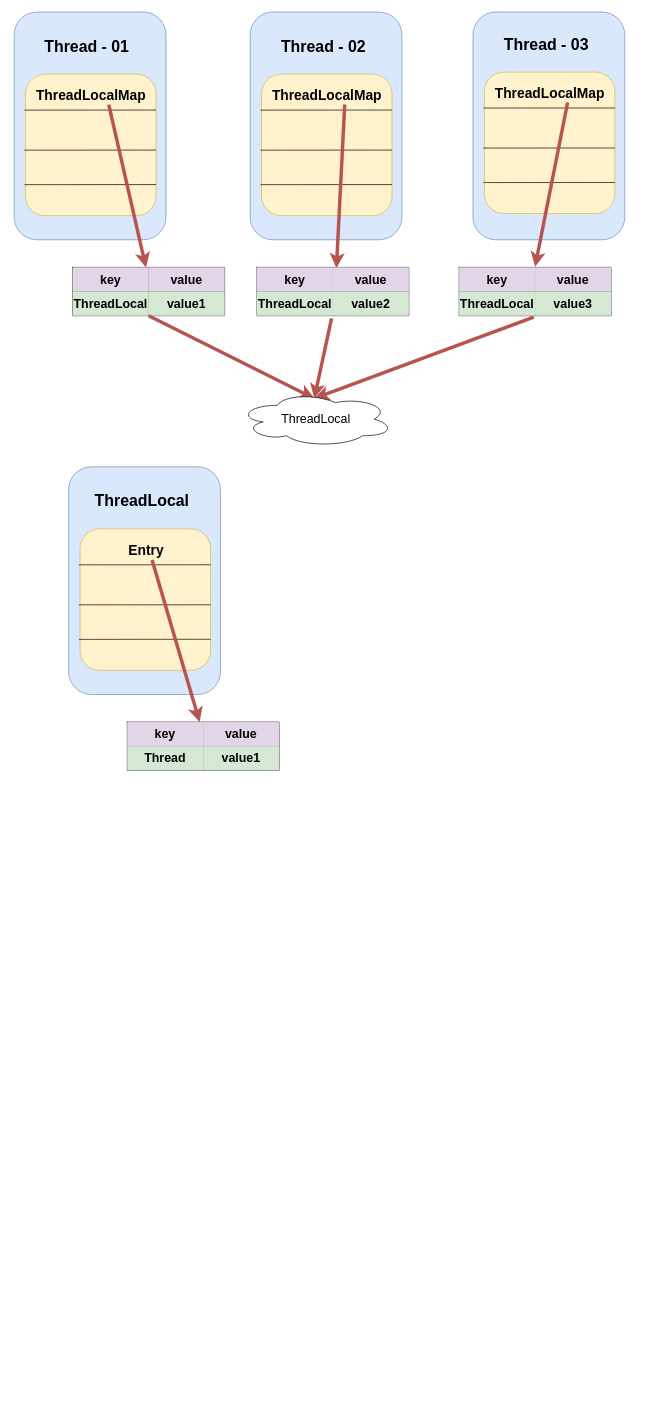
Earlier version of the draw.io diagram ThreadLocal.drawio (C-wx/MindManager). Source tidied: cells renumbered, new cells numbered last; positions are measured from the earlier drawing's top-left corner, leaving out a move shared by most shapes. Both pictures are drawn from the tidied source at 69%, with x=0, y=0 at pixel (14, 12).
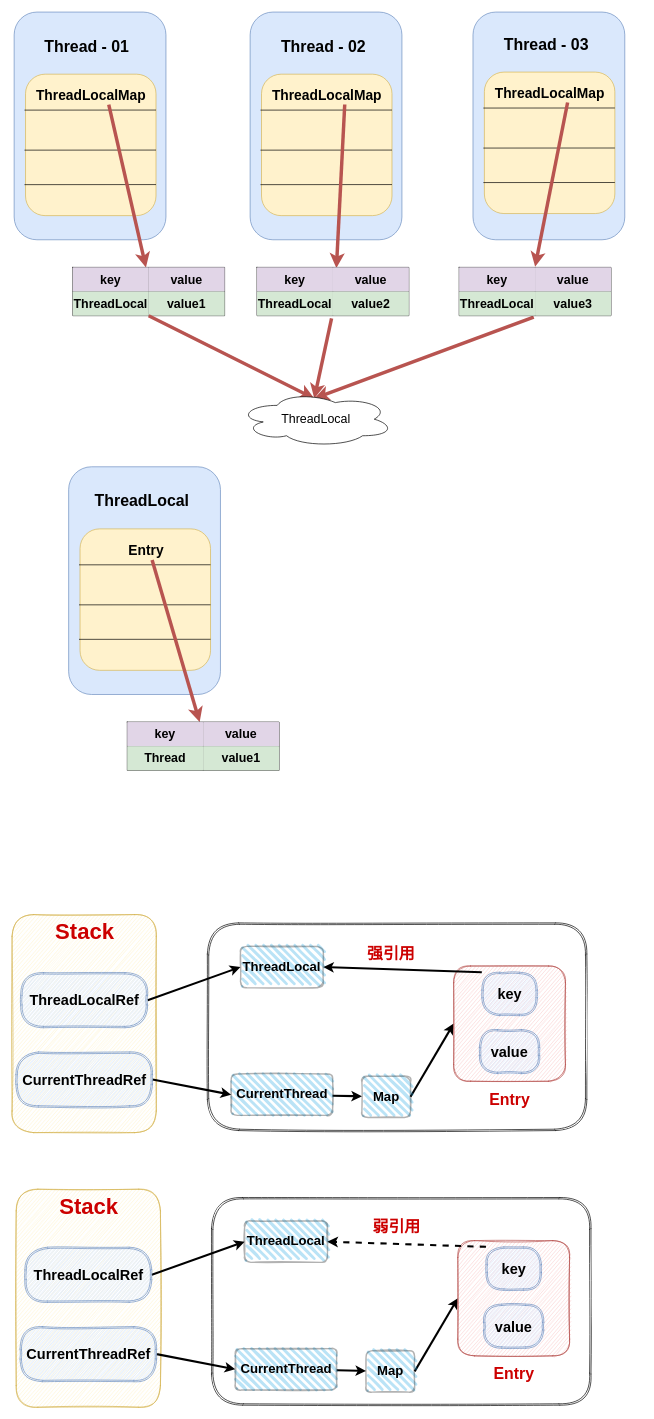
The same page after the edit.

The edit, as a diff of the source:
```diff
@@
+    <mxCell id="74" style="shape=ext;double=1;rounded=1;whiteSpace=wrap;html=1;shadow=0;glass=0;sketch=1;disableMultiStroke=1;disableMultiStrokeFill=0;gradientColor=none;fontColor=#CC0000;" parent="1" vertex="1">
+      <mxGeometry x="280" y="1320" width="550" height="301" as="geometry" />
+    </mxCell>
@@
+    <mxCell id="75" style="rounded=1;whiteSpace=wrap;html=1;fillColor=#fff2cc;strokeColor=#d6b656;glass=0;labelBorderColor=none;sketch=1;fixDash=0;disableMultiStroke=0;noLabel=0;absoluteArcSize=0;shadow=0;imageAspect=1;" parent="1" vertex="1">
+      <mxGeometry x="-3" y="1308" width="209" height="316" as="geometry" />
+    </mxCell>
+    <mxCell id="76" value="&lt;font style=&quot;font-size: 19px&quot;&gt;&lt;b&gt;ThreadLocal&lt;/b&gt;&lt;/font&gt;" style="rounded=1;whiteSpace=wrap;html=1;strokeWidth=2;fillWeight=4;hachureGap=8;hachureAngle=45;fillColor=#1ba1e2;sketch=1;shadow=0;glass=0;disableMultiStroke=0;opacity=30;" parent="1" vertex="1">
+      <mxGeometry x="328" y="1354" width="120" height="60" as="geometry" />
+    </mxCell>
+    <mxCell id="77" style="rounded=0;jettySize=auto;html=1;exitX=1;exitY=0.5;exitDx=0;exitDy=0;entryX=0;entryY=0.5;entryDx=0;entryDy=0;fontColor=#CC0000;fontSize=14;strokeWidth=3;" parent="1" edge="1" source="78" target="76">
+      <mxGeometry relative="1" as="geometry" />
+    </mxCell>
+    <mxCell id="78" value="&lt;b style=&quot;font-size: 21px&quot;&gt;ThreadLocalRef&lt;/b&gt;" style="shape=ext;double=1;rounded=1;whiteSpace=wrap;html=1;shadow=0;glass=0;sketch=1;disableMultiStroke=1;disableMultiStrokeFill=0;movableLabel=0;arcSize=41;portConstraintRotation=0;fixDash=0;fillColor=#dae8fc;strokeColor=#6c8ebf;" parent="1" vertex="1">
+      <mxGeometry x="9.5" y="1392" width="184" height="80" as="geometry" />
+    </mxCell>
+    <mxCell id="79" style="edgeStyle=none;rounded=0;jettySize=auto;html=1;exitX=1;exitY=0.5;exitDx=0;exitDy=0;entryX=0;entryY=0.5;entryDx=0;entryDy=0;fontColor=#CC0000;fontSize=14;strokeWidth=3;" parent="1" edge="1" source="80" target="83">
+      <mxGeometry relative="1" as="geometry" />
+    </mxCell>
+    <mxCell id="80" value="&lt;b style=&quot;font-size: 21px&quot;&gt;CurrentThreadRef&lt;/b&gt;" style="shape=ext;double=1;rounded=1;whiteSpace=wrap;html=1;shadow=0;glass=0;sketch=1;disableMultiStroke=1;disableMultiStrokeFill=0;movableLabel=0;arcSize=41;portConstraintRotation=0;fixDash=0;fillColor=#dae8fc;strokeColor=#6c8ebf;" parent="1" vertex="1">
+      <mxGeometry x="2.5" y="1507" width="198" height="80" as="geometry" />
+    </mxCell>
+    <mxCell id="81" value="&lt;font class=&quot;cs_cursor&quot; size=&quot;1&quot;&gt;&lt;b style=&quot;font-size: 32px&quot;&gt;Stack&lt;/b&gt;&lt;/font&gt;" style="text;html=1;align=center;verticalAlign=middle;fontColor=#CC0000;" parent="1" vertex="1">
+      <mxGeometry x="54" y="1320" width="95" height="25" as="geometry" />
+    </mxCell>
+    <mxCell id="82" style="edgeStyle=none;rounded=0;jettySize=auto;html=1;fontColor=#CC0000;fontSize=14;strokeWidth=3;" parent="1" edge="1" source="83" target="85">
+      <mxGeometry relative="1" as="geometry" />
+    </mxCell>
+    <mxCell id="83" value="&lt;font style=&quot;font-size: 19px&quot;&gt;&lt;b&gt;CurrentThread&lt;/b&gt;&lt;/font&gt;" style="rounded=1;whiteSpace=wrap;html=1;strokeWidth=2;fillWeight=4;hachureGap=8;hachureAngle=45;fillColor=#1ba1e2;sketch=1;shadow=0;glass=0;disableMultiStroke=0;opacity=30;" parent="1" vertex="1">
+      <mxGeometry x="314.5" y="1539" width="147" height="60" as="geometry" />
+    </mxCell>
+    <mxCell id="84" style="edgeStyle=none;rounded=0;jettySize=auto;html=1;exitX=1;exitY=0.5;exitDx=0;exitDy=0;entryX=0;entryY=0.5;entryDx=0;entryDy=0;fontColor=#CC0000;fontSize=14;strokeWidth=3;" parent="1" edge="1" source="85" target="86">
+      <mxGeometry relative="1" as="geometry" />
+    </mxCell>
+    <mxCell id="85" value="&lt;font style=&quot;font-size: 19px&quot;&gt;&lt;b class=&quot;cs_cursor&quot;&gt;Map&lt;/b&gt;&lt;/font&gt;" style="rounded=1;whiteSpace=wrap;html=1;strokeWidth=2;fillWeight=4;hachureGap=8;hachureAngle=45;fillColor=#1ba1e2;sketch=1;shadow=0;glass=0;disableMultiStroke=0;opacity=30;" parent="1" vertex="1">
+      <mxGeometry x="504" y="1542" width="70.5" height="60" as="geometry" />
+    </mxCell>
+    <mxCell id="86" style="rounded=1;whiteSpace=wrap;html=1;fillColor=#f8cecc;strokeColor=#b85450;glass=0;labelBorderColor=none;sketch=1;snapToPoint=0;fixDash=0;disableMultiStroke=0;noLabel=0;absoluteArcSize=0;shadow=0;imageAspect=1;" parent="1" vertex="1">
+      <mxGeometry x="637" y="1382.5" width="162" height="167" as="geometry" />
+    </mxCell>
+    <mxCell id="87" style="edgeStyle=none;rounded=0;jettySize=auto;html=1;exitX=0;exitY=0;exitDx=0;exitDy=0;entryX=1;entryY=0.5;entryDx=0;entryDy=0;fontColor=#CC0000;fontSize=14;strokeWidth=3;" parent="1" edge="1" source="88" target="76">
+      <mxGeometry relative="1" as="geometry" />
+    </mxCell>
+    <mxCell id="88" value="&lt;b style=&quot;font-size: 21px&quot;&gt;key&lt;/b&gt;" style="shape=ext;double=1;rounded=1;whiteSpace=wrap;html=1;shadow=0;glass=0;sketch=1;disableMultiStroke=1;disableMultiStrokeFill=0;movableLabel=0;arcSize=41;portConstraintRotation=0;fixDash=0;fillColor=#dae8fc;strokeColor=#6c8ebf;" parent="1" vertex="1">
+      <mxGeometry x="677.8" y="1391.5" width="80.5" height="63" as="geometry" />
+    </mxCell>
+    <mxCell id="89" value="&lt;b style=&quot;font-size: 21px&quot;&gt;value&lt;/b&gt;" style="shape=ext;double=1;rounded=1;whiteSpace=wrap;html=1;shadow=0;glass=0;sketch=1;disableMultiStroke=1;disableMultiStrokeFill=0;movableLabel=0;arcSize=41;fixDash=0;fillColor=#dae8fc;strokeColor=#6c8ebf;" parent="1" vertex="1">
+      <mxGeometry x="674.2" y="1474.5" width="87.5" height="64" as="geometry" />
+    </mxCell>
+    <mxCell id="90" value="&lt;font size=&quot;1&quot;&gt;&lt;b style=&quot;font-size: 23px&quot;&gt;Entry&lt;/b&gt;&lt;/font&gt;" style="text;html=1;align=center;verticalAlign=middle;fontColor=#CC0000;" parent="1" vertex="1">
+      <mxGeometry x="683.5" y="1565" width="69" height="22" as="geometry" />
+    </mxCell>
+    <mxCell id="91" style="edgeStyle=none;rounded=0;orthogonalLoop=1;jettySize=auto;html=1;exitX=1;exitY=0.5;exitDx=0;exitDy=0;strokeWidth=3;fontSize=14;fontColor=#CC0000;" parent="1" edge="1" source="74" target="74">
+      <mxGeometry relative="1" as="geometry" />
+    </mxCell>
+    <mxCell id="92" style="shape=ext;double=1;rounded=1;whiteSpace=wrap;html=1;shadow=0;glass=0;sketch=1;disableMultiStroke=1;disableMultiStrokeFill=0;gradientColor=none;fontColor=#CC0000;" parent="1" vertex="1">
+      <mxGeometry x="286" y="1718" width="550" height="301" as="geometry" />
+    </mxCell>
+    <mxCell id="93" style="rounded=1;whiteSpace=wrap;html=1;fillColor=#fff2cc;strokeColor=#d6b656;glass=0;labelBorderColor=none;sketch=1;fixDash=0;disableMultiStroke=0;noLabel=0;absoluteArcSize=0;shadow=0;imageAspect=1;" parent="1" vertex="1">
+      <mxGeometry x="3" y="1706" width="209" height="316" as="geometry" />
+    </mxCell>
+    <mxCell id="94" value="&lt;font style=&quot;font-size: 19px&quot;&gt;&lt;b&gt;ThreadLocal&lt;/b&gt;&lt;/font&gt;" style="rounded=1;whiteSpace=wrap;html=1;strokeWidth=2;fillWeight=4;hachureGap=8;hachureAngle=45;fillColor=#1ba1e2;sketch=1;shadow=0;glass=0;disableMultiStroke=0;opacity=30;" parent="1" vertex="1">
+      <mxGeometry x="334" y="1752" width="120" height="60" as="geometry" />
+    </mxCell>
+    <mxCell id="95" style="rounded=0;jettySize=auto;html=1;exitX=1;exitY=0.5;exitDx=0;exitDy=0;entryX=0;entryY=0.5;entryDx=0;entryDy=0;fontColor=#CC0000;fontSize=14;strokeWidth=3;" parent="1" edge="1" source="96" target="94">
+      <mxGeometry relative="1" as="geometry" />
+    </mxCell>
+    <mxCell id="96" value="&lt;b style=&quot;font-size: 21px&quot;&gt;ThreadLocalRef&lt;/b&gt;" style="shape=ext;double=1;rounded=1;whiteSpace=wrap;html=1;shadow=0;glass=0;sketch=1;disableMultiStroke=1;disableMultiStrokeFill=0;movableLabel=0;arcSize=41;portConstraintRotation=0;fixDash=0;fillColor=#dae8fc;strokeColor=#6c8ebf;" parent="1" vertex="1">
+      <mxGeometry x="15.5" y="1790" width="184" height="80" as="geometry" />
+    </mxCell>
+    <mxCell id="97" style="edgeStyle=none;rounded=0;jettySize=auto;html=1;exitX=1;exitY=0.5;exitDx=0;exitDy=0;entryX=0;entryY=0.5;entryDx=0;entryDy=0;fontColor=#CC0000;fontSize=14;strokeWidth=3;" parent="1" edge="1" source="98" target="101">
+      <mxGeometry relative="1" as="geometry" />
+    </mxCell>
+    <mxCell id="98" value="&lt;b style=&quot;font-size: 21px&quot;&gt;CurrentThreadRef&lt;/b&gt;" style="shape=ext;double=1;rounded=1;whiteSpace=wrap;html=1;shadow=0;glass=0;sketch=1;disableMultiStroke=1;disableMultiStrokeFill=0;movableLabel=0;arcSize=41;portConstraintRotation=0;fixDash=0;fillColor=#dae8fc;strokeColor=#6c8ebf;" parent="1" vertex="1">
+      <mxGeometry x="8.5" y="1905" width="198" height="80" as="geometry" />
+    </mxCell>
+    <mxCell id="99" value="&lt;font class=&quot;cs_cursor&quot; size=&quot;1&quot;&gt;&lt;b style=&quot;font-size: 32px&quot;&gt;Stack&lt;/b&gt;&lt;/font&gt;" style="text;html=1;align=center;verticalAlign=middle;fontColor=#CC0000;" parent="1" vertex="1">
+      <mxGeometry x="60" y="1718" width="95" height="25" as="geometry" />
+    </mxCell>
+    <mxCell id="100" style="edgeStyle=none;rounded=0;jettySize=auto;html=1;fontColor=#CC0000;fontSize=14;strokeWidth=3;" parent="1" edge="1" source="101" target="103">
+      <mxGeometry relative="1" as="geometry" />
+    </mxCell>
+    <mxCell id="101" value="&lt;font style=&quot;font-size: 19px&quot;&gt;&lt;b&gt;CurrentThread&lt;/b&gt;&lt;/font&gt;" style="rounded=1;whiteSpace=wrap;html=1;strokeWidth=2;fillWeight=4;hachureGap=8;hachureAngle=45;fillColor=#1ba1e2;sketch=1;shadow=0;glass=0;disableMultiStroke=0;opacity=30;" parent="1" vertex="1">
+      <mxGeometry x="320.5" y="1937" width="147" height="60" as="geometry" />
+    </mxCell>
+    <mxCell id="102" style="edgeStyle=none;rounded=0;jettySize=auto;html=1;exitX=1;exitY=0.5;exitDx=0;exitDy=0;entryX=0;entryY=0.5;entryDx=0;entryDy=0;fontColor=#CC0000;fontSize=14;strokeWidth=3;" parent="1" edge="1" source="103" target="104">
+      <mxGeometry relative="1" as="geometry" />
+    </mxCell>
+    <mxCell id="103" value="&lt;font style=&quot;font-size: 19px&quot;&gt;&lt;b class=&quot;cs_cursor&quot;&gt;Map&lt;/b&gt;&lt;/font&gt;" style="rounded=1;whiteSpace=wrap;html=1;strokeWidth=2;fillWeight=4;hachureGap=8;hachureAngle=45;fillColor=#1ba1e2;sketch=1;shadow=0;glass=0;disableMultiStroke=0;opacity=30;" parent="1" vertex="1">
+      <mxGeometry x="510" y="1940" width="70.5" height="60" as="geometry" />
+    </mxCell>
+    <mxCell id="104" style="rounded=1;whiteSpace=wrap;html=1;fillColor=#f8cecc;strokeColor=#b85450;glass=0;labelBorderColor=none;sketch=1;snapToPoint=0;fixDash=0;disableMultiStroke=0;noLabel=0;absoluteArcSize=0;shadow=0;imageAspect=1;" parent="1" vertex="1">
+      <mxGeometry x="643" y="1780.5" width="162" height="167" as="geometry" />
+    </mxCell>
+    <mxCell id="105" style="edgeStyle=none;rounded=0;jettySize=auto;html=1;exitX=0;exitY=0;exitDx=0;exitDy=0;entryX=1;entryY=0.5;entryDx=0;entryDy=0;fontColor=#CC0000;fontSize=14;strokeWidth=3;jumpStyle=none;dashed=1;" parent="1" edge="1" source="106" target="94">
+      <mxGeometry relative="1" as="geometry" />
+    </mxCell>
+    <mxCell id="106" value="&lt;b style=&quot;font-size: 21px&quot;&gt;key&lt;/b&gt;" style="shape=ext;double=1;rounded=1;whiteSpace=wrap;html=1;shadow=0;glass=0;sketch=1;disableMultiStroke=1;disableMultiStrokeFill=0;movableLabel=0;arcSize=41;portConstraintRotation=0;fixDash=0;fillColor=#dae8fc;strokeColor=#6c8ebf;" parent="1" vertex="1">
+      <mxGeometry x="683.8" y="1789.5" width="80.5" height="63" as="geometry" />
+    </mxCell>
+    <mxCell id="107" value="&lt;b style=&quot;font-size: 21px&quot;&gt;value&lt;/b&gt;" style="shape=ext;double=1;rounded=1;whiteSpace=wrap;html=1;shadow=0;glass=0;sketch=1;disableMultiStroke=1;disableMultiStrokeFill=0;movableLabel=0;arcSize=41;fixDash=0;fillColor=#dae8fc;strokeColor=#6c8ebf;" parent="1" vertex="1">
+      <mxGeometry x="680.2" y="1872.5" width="87.5" height="64" as="geometry" />
+    </mxCell>
+    <mxCell id="108" value="&lt;font size=&quot;1&quot;&gt;&lt;b style=&quot;font-size: 23px&quot;&gt;Entry&lt;/b&gt;&lt;/font&gt;" style="text;html=1;align=center;verticalAlign=middle;fontColor=#CC0000;" parent="1" vertex="1">
+      <mxGeometry x="689.5" y="1963" width="69" height="22" as="geometry" />
+    </mxCell>
+    <mxCell id="109" style="edgeStyle=none;rounded=0;orthogonalLoop=1;jettySize=auto;html=1;exitX=1;exitY=0.5;exitDx=0;exitDy=0;strokeWidth=3;fontSize=14;fontColor=#CC0000;" parent="1" edge="1" source="92" target="92">
+      <mxGeometry relative="1" as="geometry" />
+    </mxCell>
+    <mxCell id="110" value="&lt;span style=&quot;font-size: 23px&quot;&gt;&lt;b&gt;强引用&lt;/b&gt;&lt;/span&gt;" style="text;html=1;align=center;verticalAlign=middle;fontColor=#CC0000;" parent="1" vertex="1">
+      <mxGeometry x="506.5" y="1354" width="79" height="22" as="geometry" />
+    </mxCell>
+    <mxCell id="111" value="&lt;font size=&quot;1&quot;&gt;&lt;b style=&quot;font-size: 23px&quot;&gt;弱引用&lt;/b&gt;&lt;/font&gt;" style="text;html=1;align=center;verticalAlign=middle;fontColor=#CC0000;" parent="1" vertex="1">
+      <mxGeometry x="514" y="1749" width="79" height="22" as="geometry" />
+    </mxCell>
```
